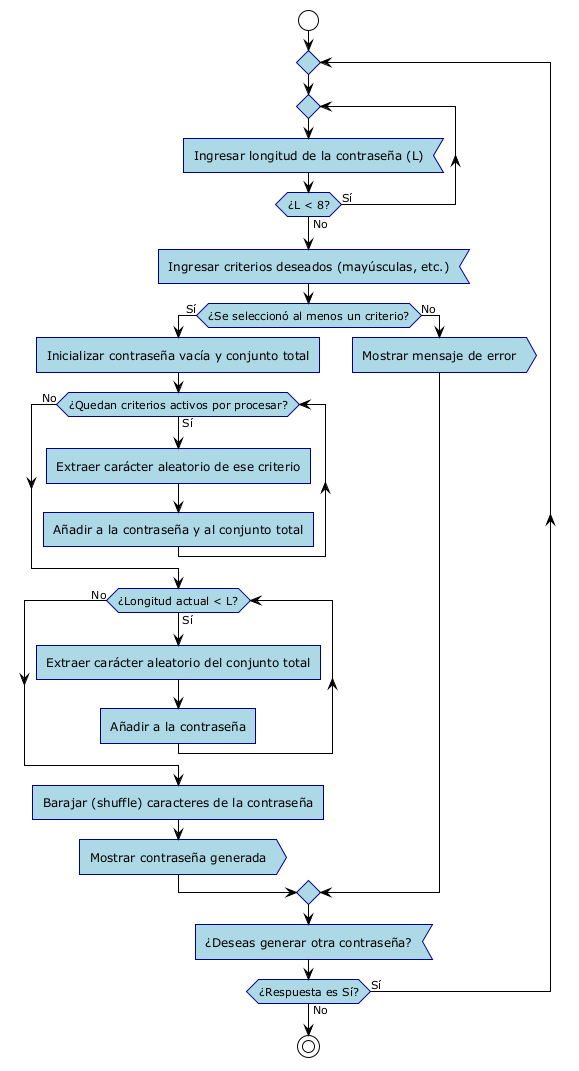
Earlier version of the PlantUML export diagrama-flujo.png (nelsonmarro/generador_password_py).
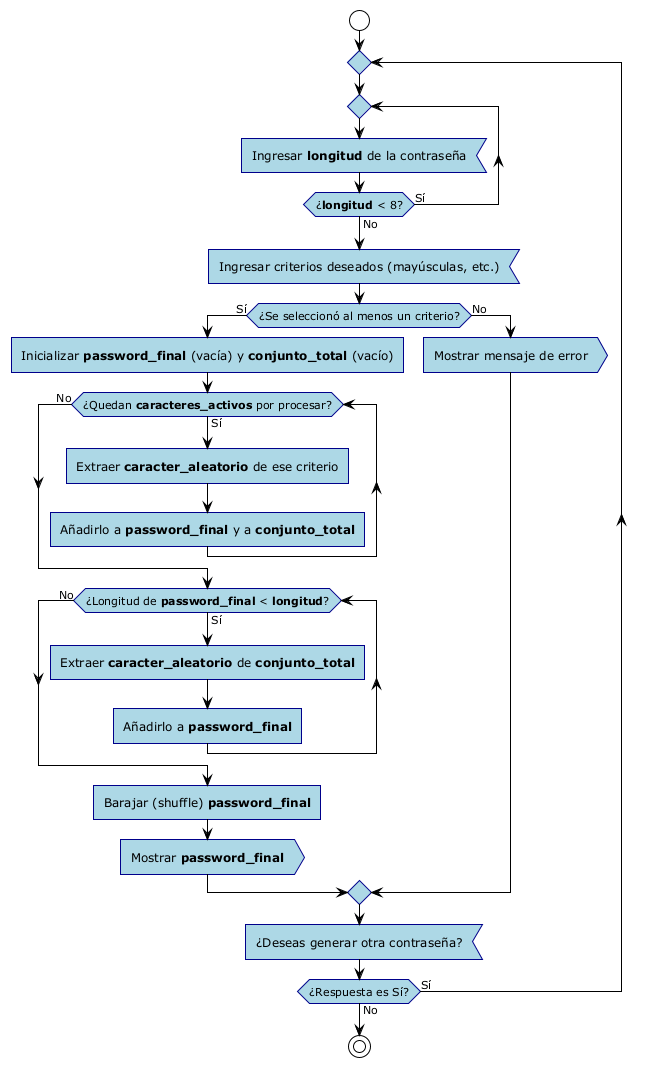
After the change.

Commit message:
docs: use exact Python variable names in flowchart

The edit, as a diff of the source:
```diff
@@ -11,27 +11,27 @@
 
 repeat
   repeat
-    :Ingresar longitud de la contraseña (L); <<input>>
-  repeat while (¿L < 8?) is (Sí) not (No)
+    :Ingresar **longitud** de la contraseña; <<input>>
+  repeat while (¿**longitud** < 8?) is (Sí) not (No)
 
   :Ingresar criterios deseados (mayúsculas, etc.); <<input>>
 
   if (¿Se seleccionó al menos un criterio?) then (Sí)
-    :Inicializar contraseña vacía y conjunto total;
+    :Inicializar **password_final** (vacía) y **conjunto_total** (vacío);
 
-    while (¿Quedan criterios activos por procesar?) is (Sí)
-      :Extraer carácter aleatorio de ese criterio;
-      :Añadir a la contraseña y al conjunto total;
+    while (¿Quedan **caracteres_activos** por procesar?) is (Sí)
+      :Extraer **caracter_aleatorio** de ese criterio;
+      :Añadirlo a **password_final** y a **conjunto_total**;
     endwhile (No)
 
-    while (¿Longitud actual < L?) is (Sí)
-      :Extraer carácter aleatorio del conjunto total;
-      :Añadir a la contraseña;
+    while (¿Longitud de **password_final** < **longitud**?) is (Sí)
+      :Extraer **caracter_aleatorio** de **conjunto_total**;
+      :Añadirlo a **password_final**;
     endwhile (No)
 
-    :Barajar (shuffle) caracteres de la contraseña;
+    :Barajar (shuffle) **password_final**;
 
-    :Mostrar contraseña generada; <<output>>
+    :Mostrar **password_final**; <<output>>
   else (No)
     :Mostrar mensaje de error; <<output>>
   endif
```
